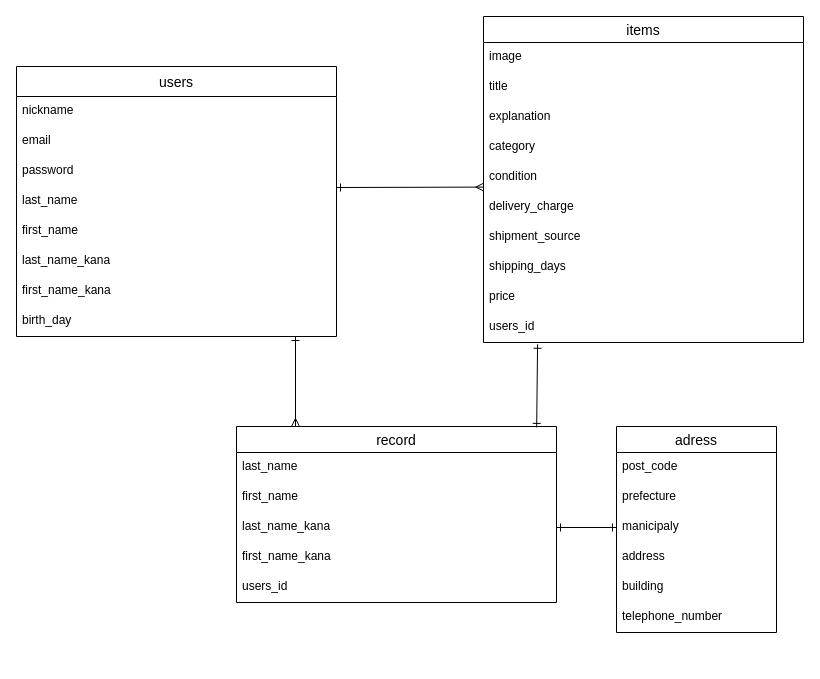
Above: furima-37394.dio in mememe222/furima-37394 (draw.io), before the change. Source tidied: cells renumbered, new cells numbered last; positions are measured from the earlier drawing's top-left corner, leaving out a move shared by most shapes. Both pictures are drawn from the tidied source at 100%, with x=0, y=0 at pixel (16, 16).
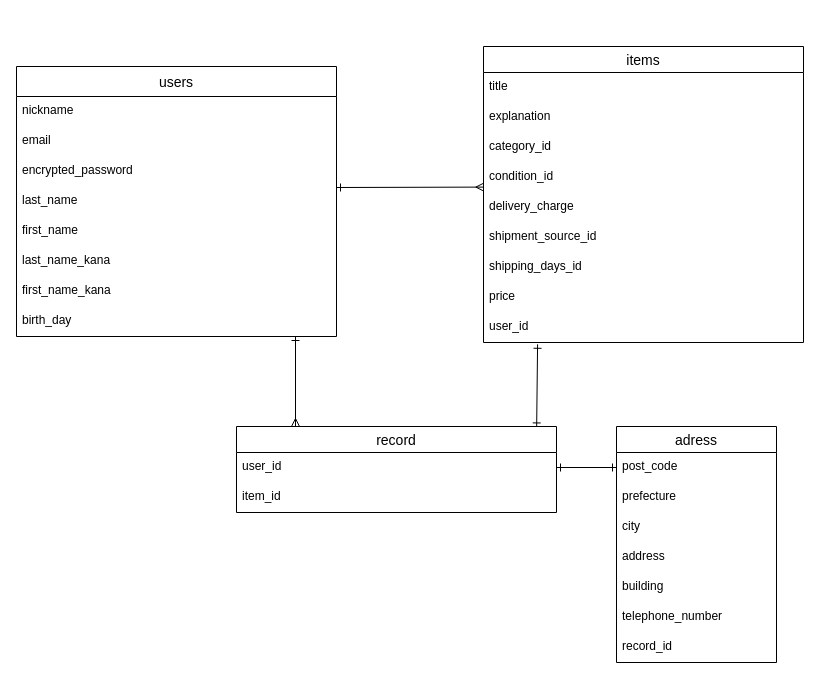
Above is the later version.

The change refers to these unchanged cells:
```xml
<mxCell id="2" value="users" style="swimlane;fontStyle=0;horizontal=1;startSize=30;align=center;fontSize=14;" parent="1" vertex="1">
  <mxGeometry y="50" width="320" height="270" as="geometry" />
</mxCell>
<mxCell id="31" value="post_code" style="text;strokeColor=none;fillColor=none;spacingLeft=4;spacingRight=4;overflow=hidden;points=[[0,0.5],[1,0.5]];portConstraint=eastwest;fontSize=12;" parent="30" vertex="1">
  <mxGeometry y="26" width="160" height="30" as="geometry" />
</mxCell>
```

The edit, as a diff of the source:
```diff
@@
-    <mxCell id="5" value="password" style="text;strokeColor=none;fillColor=none;spacingLeft=4;spacingRight=4;overflow=hidden;fontSize=12;" parent="2" vertex="1">
+    <mxCell id="5" value="encrypted_password" style="text;strokeColor=none;fillColor=none;spacingLeft=4;spacingRight=4;overflow=hidden;fontSize=12;" parent="2" vertex="1">
       <mxGeometry y="90" width="320" height="30" as="geometry" />
     </mxCell>
@@
     <mxCell id="11" value="items" style="swimlane;fontStyle=0;horizontal=1;startSize=26;align=center;fontSize=14;" parent="1" vertex="1">
-      <mxGeometry x="467" width="320" height="326" as="geometry" />
+      <mxGeometry x="467" y="30" width="320" height="296" as="geometry" />
     </mxCell>
-    <mxCell id="12" value="image  " style="text;strokeColor=none;fillColor=none;spacingLeft=4;spacingRight=4;overflow=hidden;fontSize=12;" parent="11" vertex="1">
-      <mxGeometry y="26" width="320" height="30" as="geometry" />
-    </mxCell>
     <mxCell id="13" value="title" style="text;strokeColor=none;fillColor=none;spacingLeft=4;spacingRight=4;overflow=hidden;fontSize=12;" parent="11" vertex="1">
-      <mxGeometry y="56" width="320" height="30" as="geometry" />
+      <mxGeometry y="26" width="320" height="30" as="geometry" />
     </mxCell>
     <mxCell id="14" value="explanation" style="text;strokeColor=none;fillColor=none;spacingLeft=4;spacingRight=4;overflow=hidden;fontSize=12;" parent="11" vertex="1">
-      <mxGeometry y="86" width="320" height="30" as="geometry" />
+      <mxGeometry y="56" width="320" height="30" as="geometry" />
     </mxCell>
-    <mxCell id="15" value="category" style="text;strokeColor=none;fillColor=none;spacingLeft=4;spacingRight=4;overflow=hidden;fontSize=12;" parent="11" vertex="1">
-      <mxGeometry y="116" width="320" height="30" as="geometry" />
+    <mxCell id="15" value="category_id" style="text;strokeColor=none;fillColor=none;spacingLeft=4;spacingRight=4;overflow=hidden;fontSize=12;" parent="11" vertex="1">
+      <mxGeometry y="86" width="320" height="30" as="geometry" />
     </mxCell>
-    <mxCell id="16" value="condition" style="text;strokeColor=none;fillColor=none;spacingLeft=4;spacingRight=4;overflow=hidden;points=[[0,0.5],[1,0.5]];portConstraint=eastwest;fontSize=12;" parent="11" vertex="1">
-      <mxGeometry y="146" width="320" height="30" as="geometry" />
+    <mxCell id="16" value="condition_id" style="text;strokeColor=none;fillColor=none;spacingLeft=4;spacingRight=4;overflow=hidden;points=[[0,0.5],[1,0.5]];portConstraint=eastwest;fontSize=12;" parent="11" vertex="1">
+      <mxGeometry y="116" width="320" height="30" as="geometry" />
     </mxCell>
     <mxCell id="17" value="delivery_charge" style="text;strokeColor=none;fillColor=none;spacingLeft=4;spacingRight=4;overflow=hidden;fontSize=12;" parent="11" vertex="1">
-      <mxGeometry y="176" width="320" height="30" as="geometry" />
+      <mxGeometry y="146" width="320" height="30" as="geometry" />
     </mxCell>
-    <mxCell id="18" value="shipment_source" style="text;strokeColor=none;fillColor=none;spacingLeft=4;spacingRight=4;overflow=hidden;fontSize=12;" parent="11" vertex="1">
-      <mxGeometry y="206" width="320" height="30" as="geometry" />
+    <mxCell id="18" value="shipment_source_id" style="text;strokeColor=none;fillColor=none;spacingLeft=4;spacingRight=4;overflow=hidden;fontSize=12;" parent="11" vertex="1">
+      <mxGeometry y="176" width="320" height="30" as="geometry" />
     </mxCell>
-    <mxCell id="19" value="shipping_days" style="text;strokeColor=none;fillColor=none;spacingLeft=4;spacingRight=4;overflow=hidden;fontSize=12;" parent="11" vertex="1">
-      <mxGeometry y="236" width="320" height="30" as="geometry" />
+    <mxCell id="19" value="shipping_days_id" style="text;strokeColor=none;fillColor=none;spacingLeft=4;spacingRight=4;overflow=hidden;fontSize=12;" parent="11" vertex="1">
+      <mxGeometry y="206" width="320" height="30" as="geometry" />
     </mxCell>
     <mxCell id="20" value="price" style="text;strokeColor=none;fillColor=none;spacingLeft=4;spacingRight=4;overflow=hidden;fontSize=12;" parent="11" vertex="1">
-      <mxGeometry y="266" width="320" height="30" as="geometry" />
+      <mxGeometry y="236" width="320" height="30" as="geometry" />
     </mxCell>
-    <mxCell id="21" value="users_id" style="text;strokeColor=none;fillColor=none;spacingLeft=4;spacingRight=4;overflow=hidden;points=[[0,0.5],[1,0.5]];portConstraint=eastwest;fontSize=12;" parent="11" vertex="1">
-      <mxGeometry y="296" width="320" height="30" as="geometry" />
+    <mxCell id="21" value="user_id" style="text;strokeColor=none;fillColor=none;spacingLeft=4;spacingRight=4;overflow=hidden;points=[[0,0.5],[1,0.5]];portConstraint=eastwest;fontSize=12;" parent="11" vertex="1">
+      <mxGeometry y="266" width="320" height="30" as="geometry" />
     </mxCell>
@@
     <mxCell id="23" value="record" style="swimlane;fontStyle=0;horizontal=1;startSize=26;align=center;fontSize=14;" parent="1" vertex="1">
-      <mxGeometry x="220" y="410" width="320" height="176" as="geometry" />
+      <mxGeometry x="220" y="410" width="320" height="86" as="geometry" />
     </mxCell>
-    <mxCell id="24" value="last_name" style="text;strokeColor=none;fillColor=none;spacingLeft=4;spacingRight=4;overflow=hidden;fontSize=12;" parent="23" vertex="1">
-      <mxGeometry y="26" width="320" height="30" as="geometry" />
-    </mxCell>
-    <mxCell id="25" value="first_name" style="text;strokeColor=none;fillColor=none;spacingLeft=4;spacingRight=4;overflow=hidden;fontSize=12;" parent="23" vertex="1">
-      <mxGeometry y="56" width="320" height="30" as="geometry" />
-    </mxCell>
-    <mxCell id="26" value="last_name_kana" style="text;strokeColor=none;fillColor=none;spacingLeft=4;spacingRight=4;overflow=hidden;points=[[0,0.5],[1,0.5]];portConstraint=eastwest;fontSize=12;" parent="23" vertex="1">
-      <mxGeometry y="86" width="320" height="30" as="geometry" />
-    </mxCell>
-    <mxCell id="27" value="first_name_kana" style="text;strokeColor=none;fillColor=none;spacingLeft=4;spacingRight=4;overflow=hidden;fontSize=12;" parent="23" vertex="1">
-      <mxGeometry y="116" width="320" height="30" as="geometry" />
-    </mxCell>
-    <mxCell id="28" value="users_id" style="text;strokeColor=none;fillColor=none;spacingLeft=4;spacingRight=4;overflow=hidden;fontSize=12;" parent="23" vertex="1">
-      <mxGeometry y="146" width="320" height="30" as="geometry" />
+    <mxCell id="28" value="user_id" style="text;strokeColor=none;fillColor=none;spacingLeft=4;spacingRight=4;overflow=hidden;fontSize=12;" parent="23" vertex="1">
+      <mxGeometry y="26" width="320" height="30" as="geometry" />
     </mxCell>
+    <mxCell id="39" value="item_id" style="text;strokeColor=none;fillColor=none;spacingLeft=4;spacingRight=4;overflow=hidden;fontSize=12;" parent="23" vertex="1">
+      <mxGeometry y="56" width="320" height="30" as="geometry" />
+    </mxCell>
@@
     <mxCell id="30" value="adress" style="swimlane;fontStyle=0;horizontal=1;startSize=26;align=center;fontSize=14;" parent="1" vertex="1">
-      <mxGeometry x="600" y="410" width="160" height="206" as="geometry" />
+      <mxGeometry x="600" y="410" width="160" height="236" as="geometry" />
     </mxCell>
@@
-    <mxCell id="33" value="manicipaly" style="text;strokeColor=none;fillColor=none;spacingLeft=4;spacingRight=4;overflow=hidden;points=[[0,0.5],[1,0.5]];portConstraint=eastwest;fontSize=12;" parent="30" vertex="1">
+    <mxCell id="33" value="city" style="text;strokeColor=none;fillColor=none;spacingLeft=4;spacingRight=4;overflow=hidden;points=[[0,0.5],[1,0.5]];portConstraint=eastwest;fontSize=12;" parent="30" vertex="1">
       <mxGeometry y="86" width="160" height="30" as="geometry" />
     </mxCell>
@@
+    <mxCell id="40" value="record_id" style="text;strokeColor=none;fillColor=none;spacingLeft=4;spacingRight=4;overflow=hidden;fontSize=12;" parent="30" vertex="1">
+      <mxGeometry y="206" width="160" height="30" as="geometry" />
+    </mxCell>
-    <mxCell id="37" style="endArrow=ERone;html=1;rounded=0;entryX=0;entryY=0.5;entryDx=0;entryDy=0;exitX=1;exitY=0.5;exitDx=0;exitDy=0;startArrow=ERone;startFill=0;endFill=0;" parent="1" edge="1" source="26" target="33">
-      <mxGeometry relative="1" as="geometry" />
+    <mxCell id="37" style="endArrow=ERone;html=1;rounded=0;entryX=0;entryY=0.5;entryDx=0;entryDy=0;exitX=1;exitY=0.5;exitDx=0;exitDy=0;startArrow=ERone;startFill=0;endFill=0;" parent="1" edge="1" target="31">
+      <mxGeometry relative="1" as="geometry">
+        <mxPoint x="540" y="451" as="sourcePoint" />
+      </mxGeometry>
     </mxCell>
```
